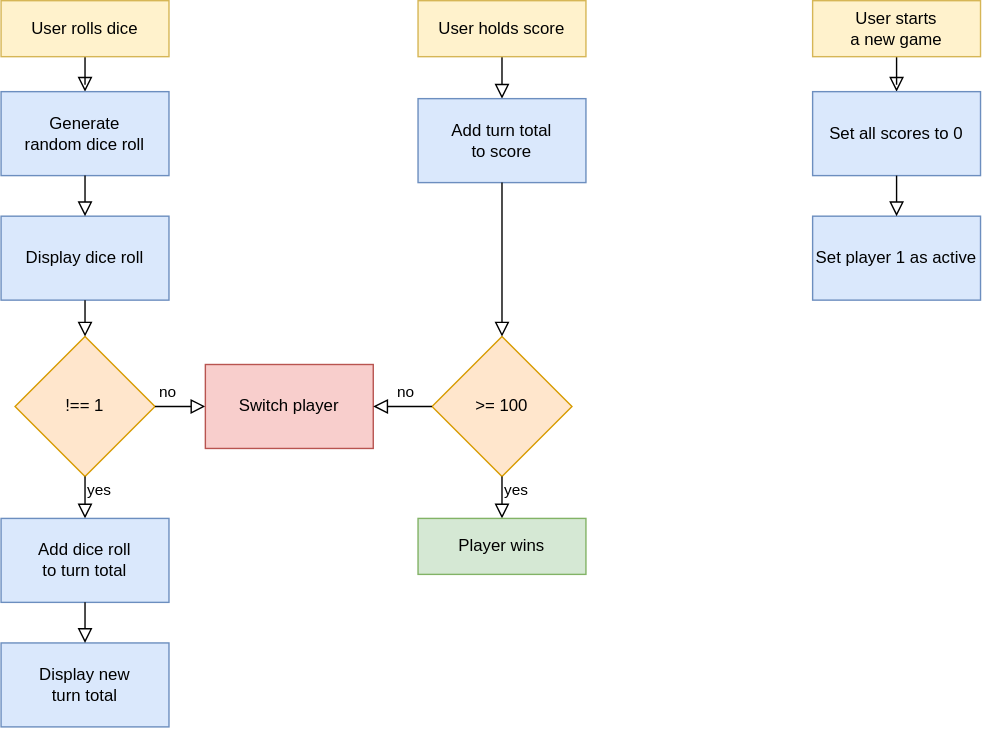
This is flowchart.drawio.svg from josenavarrohub/vanilla-js-pig-game, a draw.io export, as it was before one commit. Source tidied: cells renumbered, new cells last; positions are measured from the earlier drawing's top-left corner, leaving out a move shared by most shapes.
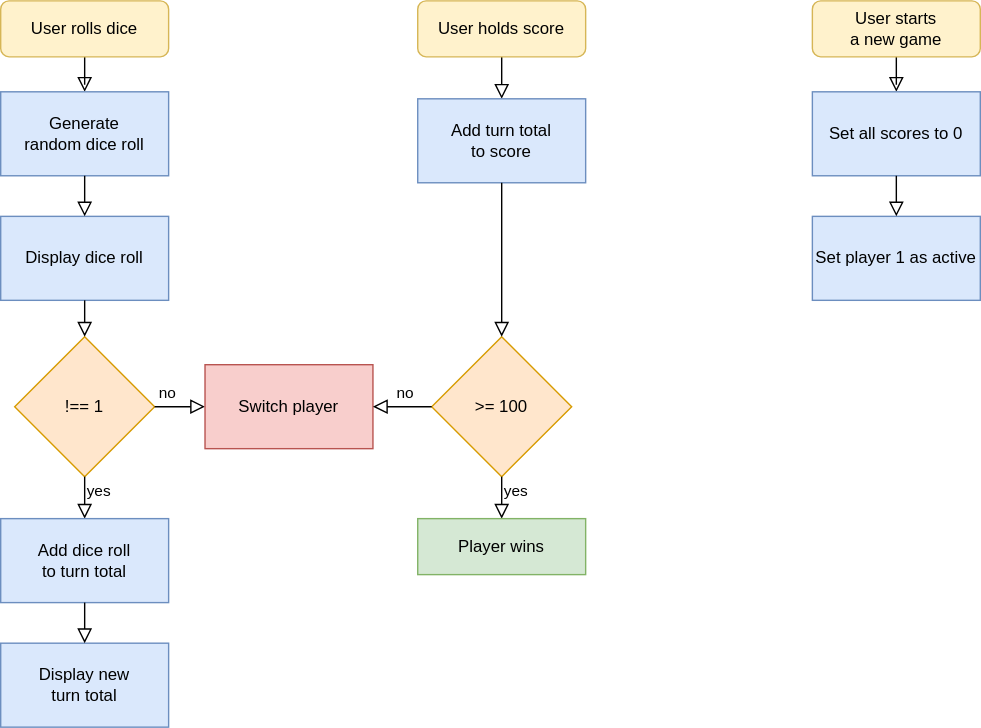
The same diagram one commit later.

What changed in the source:
```diff
@@ -5,7 +5,7 @@
     <mxCell id="2" style="rounded=0;html=1;jettySize=auto;fontSize=11;endArrow=block;endFill=0;endSize=8;strokeWidth=1;shadow=0;labelBackgroundColor=none;edgeStyle=orthogonalEdgeStyle;entryX=0.5;entryY=0;entryDx=0;entryDy=0;" parent="1" edge="1" source="3" target="4">
       <mxGeometry relative="1" as="geometry" />
     </mxCell>
-    <mxCell id="3" value="User rolls dice" style="rounded=0;whiteSpace=wrap;html=1;fontSize=12;glass=0;strokeWidth=1;shadow=0;fillColor=#fff2cc;strokeColor=#d6b656;" parent="1" vertex="1">
+    <mxCell id="3" value="User rolls dice" style="rounded=1;whiteSpace=wrap;html=1;fontSize=12;glass=0;strokeWidth=1;shadow=0;fillColor=#fff2cc;strokeColor=#d6b656;" parent="1" vertex="1">
       <mxGeometry width="120" height="40" as="geometry" />
     </mxCell>
     <mxCell id="4" value="Generate&lt;br&gt;random dice roll" style="rounded=0;whiteSpace=wrap;html=1;fillColor=#dae8fc;strokeColor=#6c8ebf;" parent="1" vertex="1">
@@ -40,7 +40,7 @@
     <mxCell id="13" style="rounded=0;html=1;jettySize=auto;fontSize=11;endArrow=block;endFill=0;endSize=8;strokeWidth=1;shadow=0;labelBackgroundColor=none;edgeStyle=orthogonalEdgeStyle;entryX=0.5;entryY=0;entryDx=0;entryDy=0;" parent="1" edge="1" source="14" target="15">
       <mxGeometry relative="1" as="geometry" />
     </mxCell>
-    <mxCell id="14" value="User holds score" style="rounded=0;whiteSpace=wrap;html=1;fontSize=12;glass=0;strokeWidth=1;shadow=0;fillColor=#fff2cc;strokeColor=#d6b656;" parent="1" vertex="1">
+    <mxCell id="14" value="User holds score" style="rounded=1;whiteSpace=wrap;html=1;fontSize=12;glass=0;strokeWidth=1;shadow=0;fillColor=#fff2cc;strokeColor=#d6b656;" parent="1" vertex="1">
       <mxGeometry x="298" width="120" height="40" as="geometry" />
     </mxCell>
     <mxCell id="15" value="Add turn total&lt;br&gt;to score" style="rounded=0;whiteSpace=wrap;html=1;fillColor=#dae8fc;strokeColor=#6c8ebf;" parent="1" vertex="1">
@@ -67,7 +67,7 @@
     <mxCell id="22" style="rounded=0;html=1;jettySize=auto;fontSize=11;endArrow=block;endFill=0;endSize=8;strokeWidth=1;shadow=0;labelBackgroundColor=none;edgeStyle=orthogonalEdgeStyle;entryX=0.5;entryY=0;entryDx=0;entryDy=0;" parent="1" edge="1" source="23" target="24">
       <mxGeometry relative="1" as="geometry" />
     </mxCell>
-    <mxCell id="23" value="User starts&lt;br&gt;a new game" style="rounded=0;whiteSpace=wrap;html=1;fontSize=12;glass=0;strokeWidth=1;shadow=0;fillColor=#fff2cc;strokeColor=#d6b656;" parent="1" vertex="1">
+    <mxCell id="23" value="User starts&lt;br&gt;a new game" style="rounded=1;whiteSpace=wrap;html=1;fontSize=12;glass=0;strokeWidth=1;shadow=0;fillColor=#fff2cc;strokeColor=#d6b656;" parent="1" vertex="1">
       <mxGeometry x="580" width="120" height="40" as="geometry" />
     </mxCell>
     <mxCell id="24" value="Set all scores to 0" style="rounded=0;whiteSpace=wrap;html=1;fillColor=#dae8fc;strokeColor=#6c8ebf;" parent="1" vertex="1">
```
